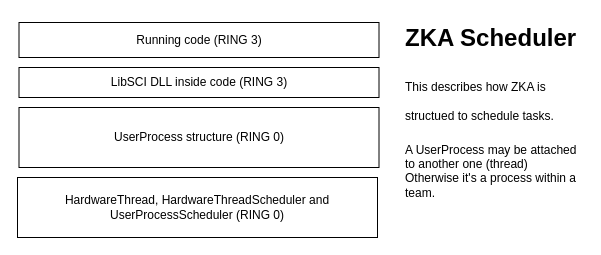
Before: doc/OS-Scheduler-Design.drawio in nekernel-org/nekernel, a draw.io diagram. Source tidied: cells renumbered, new cells numbered last; positions are measured from the earlier drawing's top-left corner, leaving out a move shared by most shapes. Both pictures are drawn from the tidied source at 100%, with x=0, y=0 at pixel (17, 17).
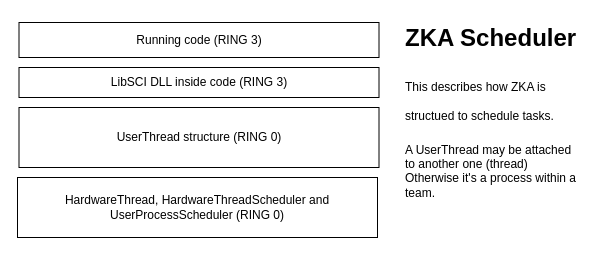
The same diagram, later.

The edit, as a diff of the source:
```diff
@@
 <mxGraphModel>
   <root>
     <mxCell id="0" />
     <mxCell id="1" parent="0" />
     <mxCell id="2" value="LibSCI DLL inside code (RING 3)" style="rounded=0;whiteSpace=wrap;html=1;" parent="1" vertex="1">
       <mxGeometry x="1.5" y="50" width="360" height="30" as="geometry" />
     </mxCell>
     <mxCell id="3" value="Running code (RING 3)" style="rounded=0;whiteSpace=wrap;html=1;" parent="1" vertex="1">
       <mxGeometry x="1.5" y="5" width="360" height="35" as="geometry" />
     </mxCell>
-    <mxCell id="4" value="&lt;h1 style=&quot;margin-top: 0px;&quot;&gt;&lt;span style=&quot;background-color: initial;&quot;&gt;ZKA Scheduler&lt;/span&gt;&lt;/h1&gt;&lt;h1 style=&quot;margin-top: 0px;&quot;&gt;&lt;span style=&quot;font-size: 12px; font-weight: 400; background-color: initial;&quot;&gt;This describes how ZKA is structued to schedule tasks.&lt;/span&gt;&lt;br&gt;&lt;/h1&gt;&lt;div&gt;A UserProcess may be attached to another one (thread)&lt;/div&gt;&lt;div&gt;Otherwise it's a process within a team.&lt;/div&gt;" style="text;html=1;whiteSpace=wrap;overflow=hidden;rounded=0;" parent="1" vertex="1">
+    <mxCell id="4" value="&lt;h1 style=&quot;margin-top: 0px;&quot;&gt;&lt;span style=&quot;background-color: initial;&quot;&gt;ZKA Scheduler&lt;/span&gt;&lt;/h1&gt;&lt;h1 style=&quot;margin-top: 0px;&quot;&gt;&lt;span style=&quot;font-size: 12px; font-weight: 400; background-color: initial;&quot;&gt;This describes how ZKA is structued to schedule tasks.&lt;/span&gt;&lt;br&gt;&lt;/h1&gt;&lt;div&gt;A UserThread may be attached to another one (thread)&lt;/div&gt;&lt;div&gt;Otherwise it's a process within a team.&lt;/div&gt;" style="text;html=1;whiteSpace=wrap;overflow=hidden;rounded=0;" parent="1" vertex="1">
       <mxGeometry x="386" width="180" height="200" as="geometry" />
     </mxCell>
-    <mxCell id="5" value="UserProcess structure (RING 0)" style="rounded=0;whiteSpace=wrap;html=1;" parent="1" vertex="1">
+    <mxCell id="5" value="UserThread structure (RING 0)" style="rounded=0;whiteSpace=wrap;html=1;" parent="1" vertex="1">
       <mxGeometry x="1.5" y="90" width="360" height="60" as="geometry" />
     </mxCell>
     <mxCell id="6" value="HardwareThread, HardwareThreadScheduler and UserProcessScheduler (RING 0)" style="rounded=0;whiteSpace=wrap;html=1;" parent="1" vertex="1">
       <mxGeometry y="160" width="360" height="60" as="geometry" />
     </mxCell>
   </root>
 </mxGraphModel>
```
